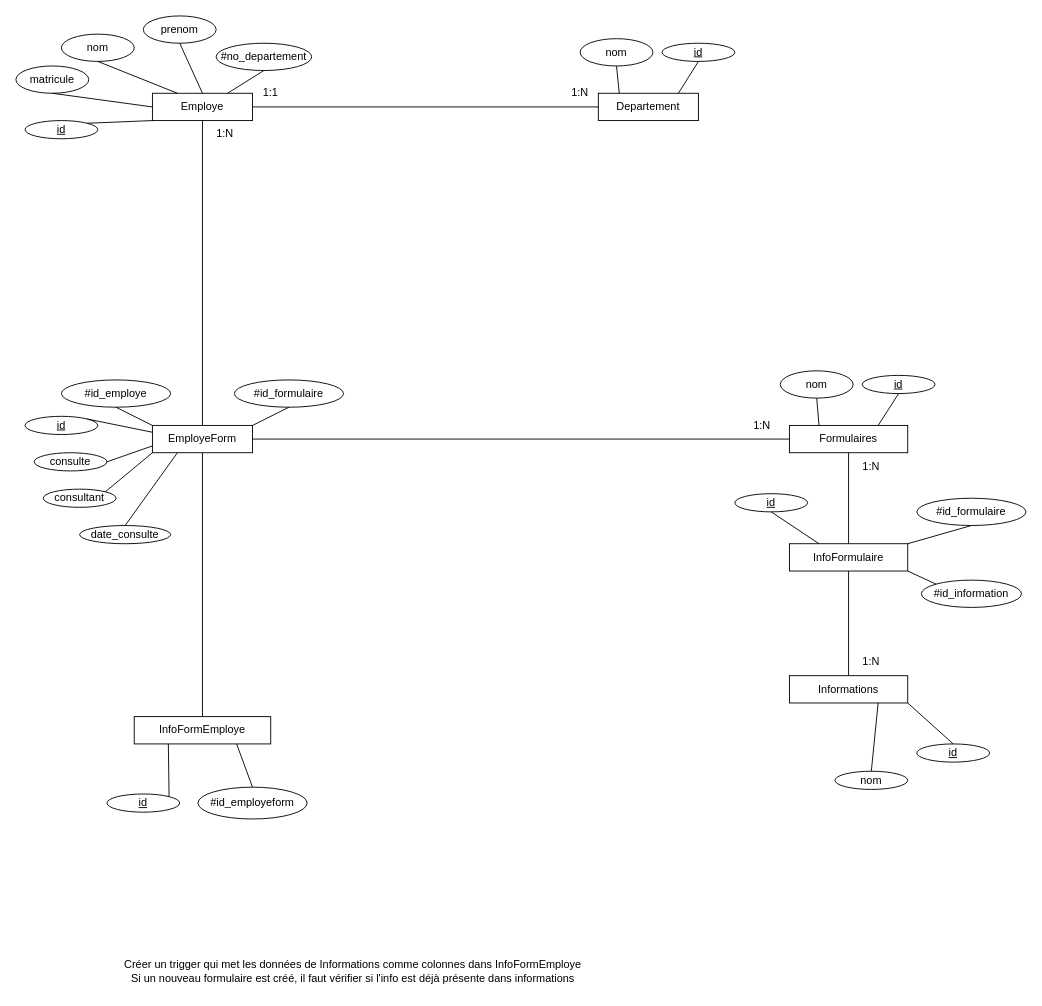
This is Notes/BDD/BDD.drawio from antoineg94/Projet-integration, a draw.io file, before an edit. Source tidied: cells renumbered, new cells numbered last; positions are measured from the earlier drawing's top-left corner, leaving out a move shared by most shapes. Both pictures are drawn from the tidied source at 91%, with x=0, y=0 at pixel (15, 15).
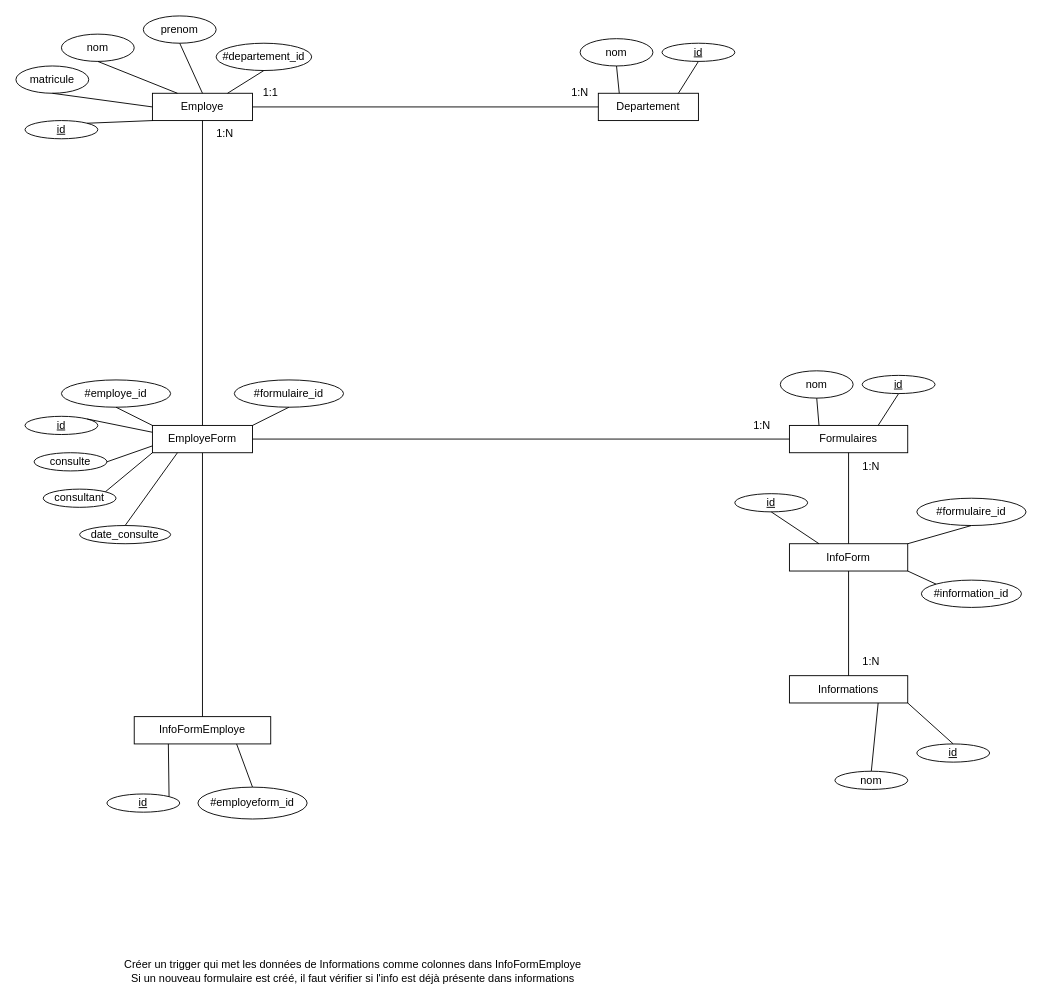
The same diagram, later.

The edit, as a diff of the source:
```diff
@@
-    <mxCell id="7" value="InfoFormulaire" style="rounded=0;whiteSpace=wrap;html=1;" parent="1" vertex="1">
+    <mxCell id="7" value="InfoForm" style="rounded=0;whiteSpace=wrap;html=1;" parent="1" vertex="1">
       <mxGeometry x="850" y="580" width="130" height="30" as="geometry" />
     </mxCell>
@@
-    <mxCell id="13" value="#id_formulaire" style="ellipse;whiteSpace=wrap;html=1;" parent="1" vertex="1">
+    <mxCell id="13" value="#formulaire_id" style="ellipse;whiteSpace=wrap;html=1;" parent="1" vertex="1">
       <mxGeometry x="990" y="530" width="120" height="30" as="geometry" />
     </mxCell>
@@
-    <mxCell id="17" value="#id_information" style="ellipse;whiteSpace=wrap;html=1;" parent="1" vertex="1">
+    <mxCell id="17" value="#information_id" style="ellipse;whiteSpace=wrap;html=1;" parent="1" vertex="1">
       <mxGeometry x="995" y="620" width="110" height="30" as="geometry" />
     </mxCell>
@@
-    <mxCell id="25" value="#id_formulaire" style="ellipse;whiteSpace=wrap;html=1;" parent="1" vertex="1">
+    <mxCell id="25" value="#formulaire_id" style="ellipse;whiteSpace=wrap;html=1;" parent="1" vertex="1">
       <mxGeometry x="240" y="400" width="120" height="30" as="geometry" />
     </mxCell>
@@
-    <mxCell id="27" value="#id_employe" style="ellipse;whiteSpace=wrap;html=1;" parent="1" vertex="1">
+    <mxCell id="27" value="#employe_id" style="ellipse;whiteSpace=wrap;html=1;" parent="1" vertex="1">
       <mxGeometry x="50" y="400" width="120" height="30" as="geometry" />
     </mxCell>
@@
-    <mxCell id="31" value="#id_employeform" style="ellipse;whiteSpace=wrap;html=1;" parent="1" vertex="1">
+    <mxCell id="31" value="#employeform_id" style="ellipse;whiteSpace=wrap;html=1;" parent="1" vertex="1">
       <mxGeometry x="200" y="847.5" width="120" height="35" as="geometry" />
     </mxCell>
@@
-    <mxCell id="54" value="#no_departement" style="ellipse;whiteSpace=wrap;html=1;" parent="1" vertex="1">
+    <mxCell id="54" value="#departement_id" style="ellipse;whiteSpace=wrap;html=1;" parent="1" vertex="1">
       <mxGeometry x="220" y="30" width="105" height="30" as="geometry" />
     </mxCell>
```
